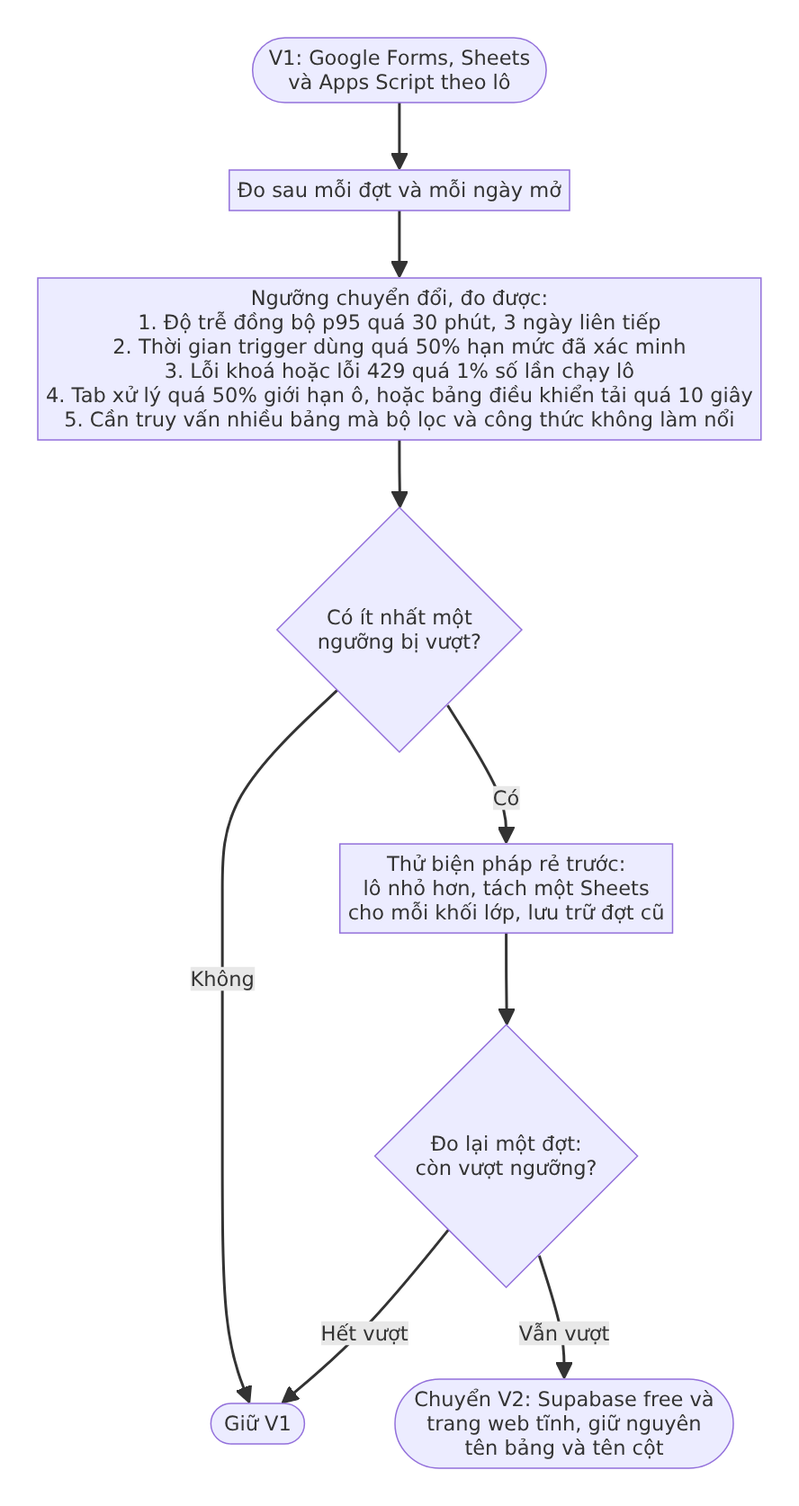
Above: docs/he_sinh_thai/anh/e_chuyen_doi.png in nguyenphanvantruong6969-arch/TESTING-DEV (Mermaid), before the change. Its source is kept beside it as docs/he_sinh_thai/anh/e_chuyen_doi.mmd. The source it was exported from:
```mermaid
flowchart TD
  S(["V1: Google Forms, Sheets<br/>và Apps Script theo lô"]) --> M["Đo sau mỗi đợt và mỗi ngày mở"]
  M --> T["Ngưỡng chuyển đổi, đo được:<br/>1. Độ trễ đồng bộ p95 quá 30 phút, 3 ngày liên tiếp<br/>2. Thời gian trigger dùng quá 50% hạn mức đã xác minh<br/>3. Lỗi khoá hoặc lỗi 429 quá 1% số lần chạy lô<br/>4. Tab xử lý quá 50% giới hạn ô, hoặc bảng điều khiển tải quá 10 giây<br/>5. Cần truy vấn nhiều bảng mà bộ lọc và công thức không làm nổi"]
  T --> Q{"Có ít nhất một<br/>ngưỡng bị vượt?"}
  Q -->|"Không"| K(["Giữ V1"])
  Q -->|"Có"| X["Thử biện pháp rẻ trước:<br/>lô nhỏ hơn, tách một Sheets<br/>cho mỗi khối lớp, lưu trữ đợt cũ"]
  X --> R{"Đo lại một đợt:<br/>còn vượt ngưỡng?"}
  R -->|"Hết vượt"| K
  R -->|"Vẫn vượt"| MG(["Chuyển V2: Supabase free và<br/>trang web tĩnh, giữ nguyên<br/>tên bảng và tên cột"])
```
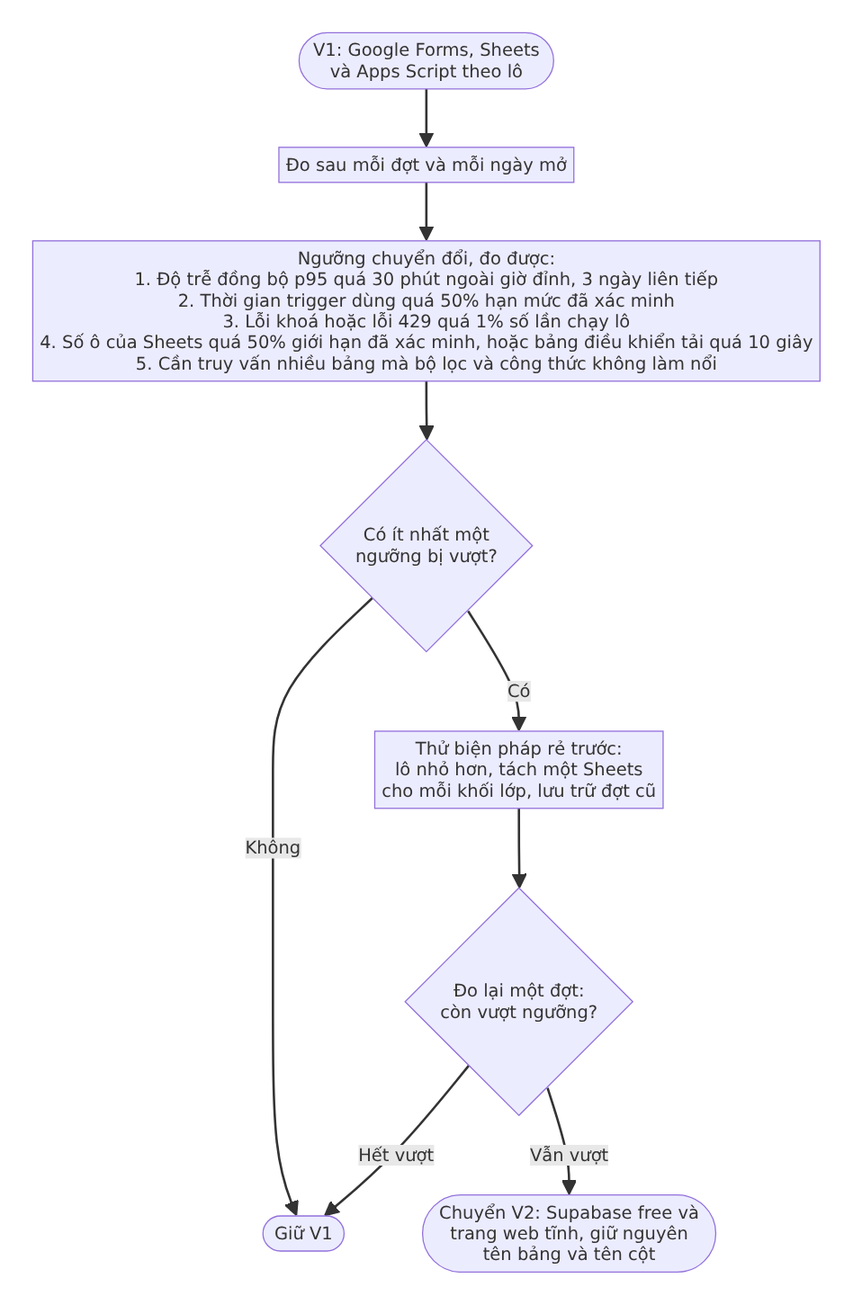
Above is the later version.

What changed in the source:
```diff
@@ -1,6 +1,6 @@
 flowchart TD
   S(["V1: Google Forms, Sheets<br/>và Apps Script theo lô"]) --> M["Đo sau mỗi đợt và mỗi ngày mở"]
-  M --> T["Ngưỡng chuyển đổi, đo được:<br/>1. Độ trễ đồng bộ p95 quá 30 phút, 3 ngày liên tiếp<br/>2. Thời gian trigger dùng quá 50% hạn mức đã xác minh<br/>3. Lỗi khoá hoặc lỗi 429 quá 1% số lần chạy lô<br/>4. Tab xử lý quá 50% giới hạn ô, hoặc bảng điều khiển tải quá 10 giây<br/>5. Cần truy vấn nhiều bảng mà bộ lọc và công thức không làm nổi"]
+  M --> T["Ngưỡng chuyển đổi, đo được:<br/>1. Độ trễ đồng bộ p95 quá 30 phút ngoài giờ đỉnh, 3 ngày liên tiếp<br/>2. Thời gian trigger dùng quá 50% hạn mức đã xác minh<br/>3. Lỗi khoá hoặc lỗi 429 quá 1% số lần chạy lô<br/>4. Số ô của Sheets quá 50% giới hạn đã xác minh, hoặc bảng điều khiển tải quá 10 giây<br/>5. Cần truy vấn nhiều bảng mà bộ lọc và công thức không làm nổi"]
   T --> Q{"Có ít nhất một<br/>ngưỡng bị vượt?"}
   Q -->|"Không"| K(["Giữ V1"])
   Q -->|"Có"| X["Thử biện pháp rẻ trước:<br/>lô nhỏ hơn, tách một Sheets<br/>cho mỗi khối lớp, lưu trữ đợt cũ"]
```
